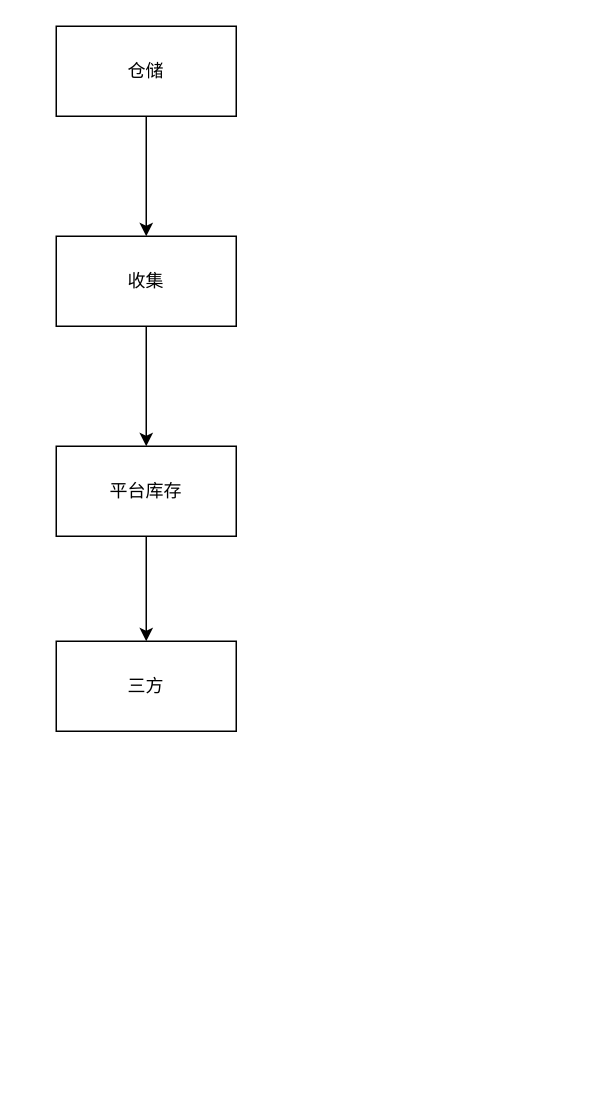
laomazk/diagrams keeps this draw.io diagram as Untitled Diagram.drawio. Above is the earlier version. Source tidied: cells renumbered, new cells numbered last; positions are measured from the earlier drawing's top-left corner, leaving out a move shared by most shapes. Both pictures are drawn from the tidied source at 150%, with x=0, y=0 at pixel (56, 26).
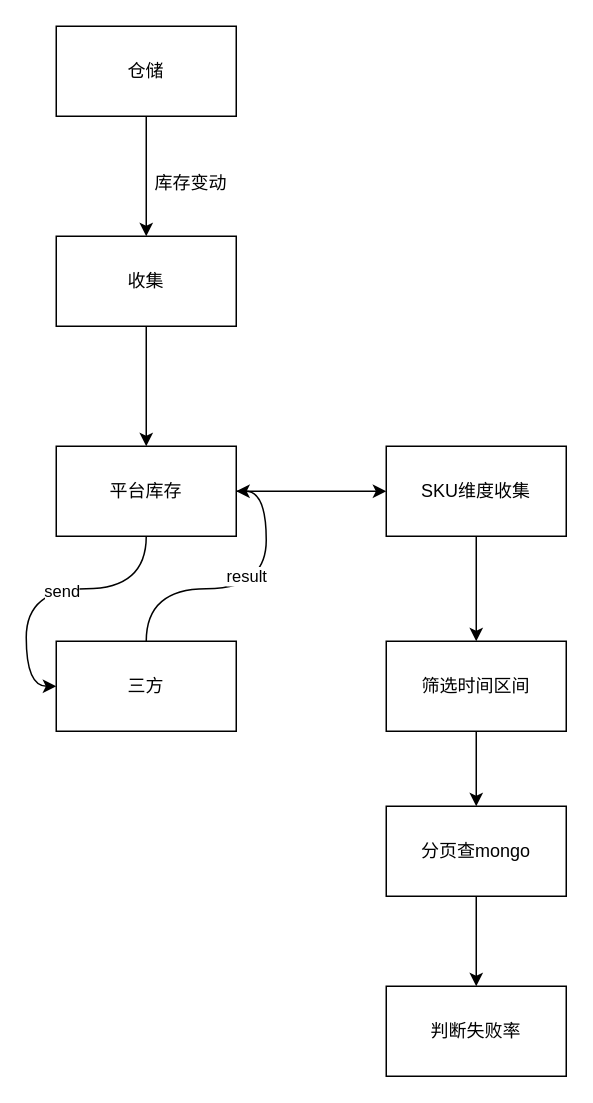
The same diagram, later.

Commit message:
库存同步接入告警.drawio

Unchanged cells that the change refers to:
```xml
<mxCell id="7" value="平台库存" style="rounded=0;whiteSpace=wrap;html=1;" parent="1" vertex="1">
  <mxGeometry y="280" width="120" height="60" as="geometry" />
</mxCell>
<mxCell id="8" value="三方" style="rounded=0;whiteSpace=wrap;html=1;" parent="1" vertex="1">
  <mxGeometry y="410" width="120" height="60" as="geometry" />
</mxCell>
```

What changed in the source:
```diff
@@
-    <mxCell id="6" style="edgeStyle=orthogonalEdgeStyle;rounded=0;jettySize=auto;html=1;" parent="1" edge="1" source="7" target="8">
+    <mxCell id="6" style="edgeStyle=orthogonalEdgeStyle;rounded=0;jettySize=auto;html=1;entryX=0;entryY=0.5;entryDx=0;entryDy=0;curved=1;" parent="1" edge="1" source="7" target="8">
       <mxGeometry relative="1" as="geometry" />
     </mxCell>
+    <mxCell id="9" value="send" style="edgeLabel;html=1;align=center;verticalAlign=middle;" parent="6" vertex="1">
+      <mxGeometry x="-0.08" y="1" relative="1" as="geometry" />
+    </mxCell>
+    <mxCell id="10" style="edgeStyle=orthogonalEdgeStyle;curved=1;rounded=0;jettySize=auto;html=1;" parent="1" edge="1" source="7" target="15">
+      <mxGeometry relative="1" as="geometry" />
+    </mxCell>
@@
+    <mxCell id="11" style="edgeStyle=orthogonalEdgeStyle;curved=1;rounded=0;jettySize=auto;html=1;entryX=1;entryY=0.5;entryDx=0;entryDy=0;" parent="1" edge="1" source="8" target="7">
+      <mxGeometry relative="1" as="geometry" />
+    </mxCell>
+    <mxCell id="12" value="result" style="edgeLabel;html=1;align=center;verticalAlign=middle;" parent="11" vertex="1">
+      <mxGeometry x="0.01" y="9" relative="1" as="geometry" />
+    </mxCell>
@@
+    <mxCell id="13" value="库存变动" style="text;html=1;strokeColor=none;fillColor=none;align=center;verticalAlign=middle;whiteSpace=wrap;rounded=0;" parent="1" vertex="1">
+      <mxGeometry x="60" y="90" width="60" height="30" as="geometry" />
+    </mxCell>
+    <mxCell id="14" style="edgeStyle=orthogonalEdgeStyle;curved=1;rounded=0;jettySize=auto;html=1;" parent="1" edge="1" source="15" target="17">
+      <mxGeometry relative="1" as="geometry" />
+    </mxCell>
+    <mxCell id="15" value="SKU维度收集" style="rounded=0;whiteSpace=wrap;html=1;" parent="1" vertex="1">
+      <mxGeometry x="220" y="280" width="120" height="60" as="geometry" />
+    </mxCell>
+    <mxCell id="16" style="edgeStyle=orthogonalEdgeStyle;curved=1;rounded=0;jettySize=auto;html=1;" parent="1" edge="1" source="17" target="19">
+      <mxGeometry relative="1" as="geometry" />
+    </mxCell>
+    <mxCell id="17" value="筛选时间区间" style="rounded=0;whiteSpace=wrap;html=1;" parent="1" vertex="1">
+      <mxGeometry x="220" y="410" width="120" height="60" as="geometry" />
+    </mxCell>
+    <mxCell id="18" style="edgeStyle=orthogonalEdgeStyle;curved=1;rounded=0;jettySize=auto;html=1;" parent="1" edge="1" source="19" target="20">
+      <mxGeometry relative="1" as="geometry" />
+    </mxCell>
+    <mxCell id="19" value="分页查mongo" style="rounded=0;whiteSpace=wrap;html=1;" parent="1" vertex="1">
+      <mxGeometry x="220" y="520" width="120" height="60" as="geometry" />
+    </mxCell>
+    <mxCell id="20" value="判断失败率" style="rounded=0;whiteSpace=wrap;html=1;" parent="1" vertex="1">
+      <mxGeometry x="220" y="640" width="120" height="60" as="geometry" />
+    </mxCell>
```
